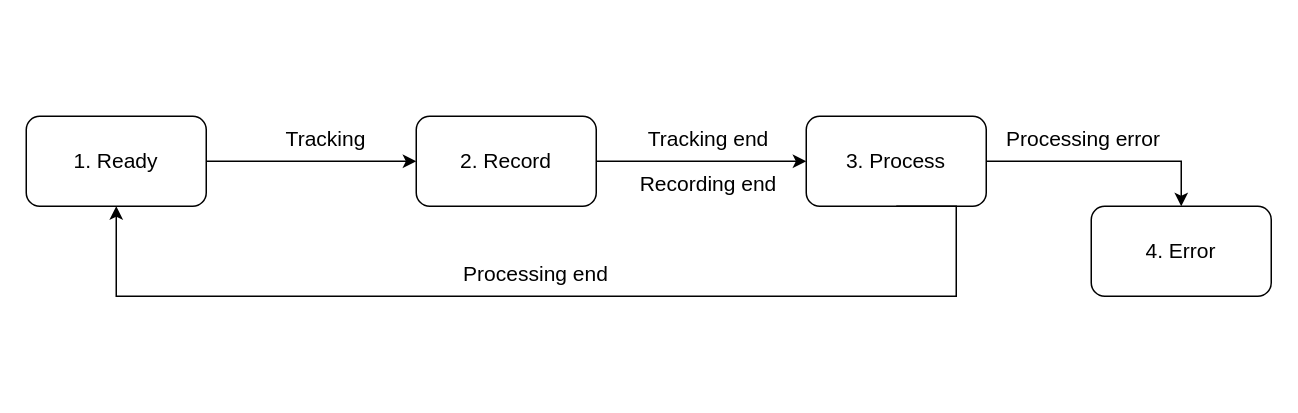
Before: docs/rec_proc.drawio in UCBerkeleySETI/commensal-automator, a draw.io diagram. Source tidied: cells renumbered, new cells numbered last; positions are measured from the earlier drawing's top-left corner, leaving out a move shared by most shapes. Both pictures are drawn from the tidied source at 150%, with x=0, y=0 at pixel (26, 116).
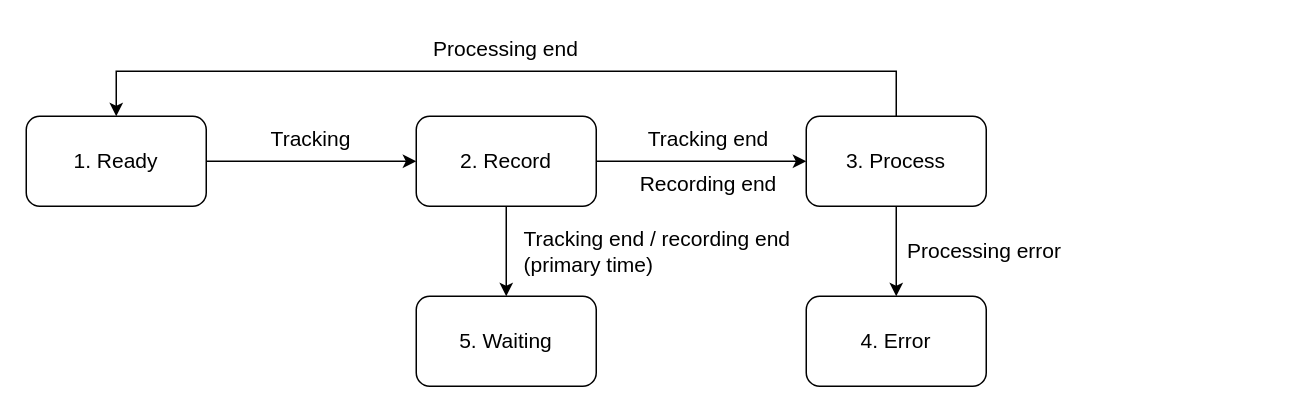
The same diagram, later.

Commit message (it also covers changes not shown here):
Transition to new WAITING state when primary time recording ends.

What changed in the source:
```diff
@@
 <mxGraphModel>
   <root>
     <mxCell id="0" />
     <mxCell id="1" parent="0" />
     <mxCell id="2" value="&lt;font style=&quot;font-size: 14px;&quot;&gt;Tracking&lt;/font&gt;" style="text;html=1;strokeColor=none;fillColor=none;align=center;verticalAlign=middle;whiteSpace=wrap;rounded=0;" parent="1" vertex="1">
-      <mxGeometry x="170" width="60" height="30" as="geometry" />
+      <mxGeometry x="160" width="60" height="30" as="geometry" />
     </mxCell>
     <mxCell id="3" style="edgeStyle=orthogonalEdgeStyle;rounded=0;jettySize=auto;html=1;exitX=1;exitY=0.5;exitDx=0;exitDy=0;entryX=0;entryY=0.5;entryDx=0;entryDy=0;" parent="1" edge="1" source="4" target="6">
       <mxGeometry relative="1" as="geometry" />
     </mxCell>
     <mxCell id="4" value="&lt;font style=&quot;font-size: 14px;&quot;&gt;1. Ready&lt;/font&gt;" style="rounded=1;whiteSpace=wrap;html=1;fillColor=none;" parent="1" vertex="1">
       <mxGeometry width="120" height="60" as="geometry" />
     </mxCell>
     <mxCell id="5" style="edgeStyle=orthogonalEdgeStyle;rounded=0;jettySize=auto;html=1;exitX=1;exitY=0.5;exitDx=0;exitDy=0;entryX=0;entryY=0.5;entryDx=0;entryDy=0;" parent="1" edge="1" source="6" target="9">
       <mxGeometry relative="1" as="geometry" />
     </mxCell>
+    <mxCell id="15" style="edgeStyle=orthogonalEdgeStyle;rounded=0;jettySize=auto;html=1;exitX=0.5;exitY=1;exitDx=0;exitDy=0;entryX=0.5;entryY=0;entryDx=0;entryDy=0;" parent="1" edge="1" source="6" target="16">
+      <mxGeometry relative="1" as="geometry" />
+    </mxCell>
     <mxCell id="6" value="&lt;font style=&quot;font-size: 14px;&quot;&gt;2. Record&lt;/font&gt;" style="rounded=1;whiteSpace=wrap;html=1;fillColor=none;" parent="1" vertex="1">
       <mxGeometry x="260" width="120" height="60" as="geometry" />
     </mxCell>
-    <mxCell id="7" style="edgeStyle=orthogonalEdgeStyle;rounded=0;jettySize=auto;html=1;exitX=0.5;exitY=1;exitDx=0;exitDy=0;entryX=0.5;entryY=1;entryDx=0;entryDy=0;" parent="1" edge="1" source="9" target="4">
+    <mxCell id="7" style="edgeStyle=orthogonalEdgeStyle;rounded=0;jettySize=auto;html=1;exitX=0.5;exitY=0;exitDx=0;exitDy=0;entryX=0.5;entryY=0;entryDx=0;entryDy=0;" parent="1" edge="1" source="9" target="4">
       <mxGeometry relative="1" as="geometry">
         <Array as="points">
-          <mxPoint x="620" y="120" />
-          <mxPoint x="60" y="120" />
+          <mxPoint x="580" y="-30" />
+          <mxPoint x="60" y="-30" />
         </Array>
       </mxGeometry>
     </mxCell>
-    <mxCell id="8" style="edgeStyle=orthogonalEdgeStyle;rounded=0;jettySize=auto;html=1;exitX=1;exitY=0.5;exitDx=0;exitDy=0;entryX=0.5;entryY=0;entryDx=0;entryDy=0;" parent="1" edge="1" source="9" target="10">
+    <mxCell id="8" style="edgeStyle=orthogonalEdgeStyle;rounded=0;jettySize=auto;html=1;exitX=0.5;exitY=1;exitDx=0;exitDy=0;entryX=0.5;entryY=0;entryDx=0;entryDy=0;" parent="1" edge="1" source="9" target="10">
       <mxGeometry relative="1" as="geometry" />
     </mxCell>
     <mxCell id="9" value="&lt;font style=&quot;font-size: 14px;&quot;&gt;3. Process&lt;/font&gt;" style="rounded=1;whiteSpace=wrap;html=1;fillColor=none;" parent="1" vertex="1">
       <mxGeometry x="520" width="120" height="60" as="geometry" />
     </mxCell>
     <mxCell id="10" value="&lt;font style=&quot;font-size: 14px;&quot;&gt;4. Error&lt;/font&gt;" style="rounded=1;whiteSpace=wrap;html=1;fillColor=none;" parent="1" vertex="1">
-      <mxGeometry x="710" y="60" width="120" height="60" as="geometry" />
+      <mxGeometry x="520" y="120" width="120" height="60" as="geometry" />
     </mxCell>
     <mxCell id="11" value="&lt;font style=&quot;font-size: 14px;&quot;&gt;Tracking end&lt;/font&gt;" style="text;html=1;strokeColor=none;fillColor=none;align=center;verticalAlign=middle;whiteSpace=wrap;rounded=0;" parent="1" vertex="1">
       <mxGeometry x="410" width="90" height="30" as="geometry" />
     </mxCell>
     <mxCell id="12" value="&lt;div style=&quot;font-size: 14px;&quot; align=&quot;center&quot;&gt;Recording end&lt;/div&gt;" style="text;whiteSpace=wrap;html=1;align=center;" parent="1" vertex="1">
       <mxGeometry x="405" y="30" width="100" height="30" as="geometry" />
     </mxCell>
     <mxCell id="13" value="&lt;font style=&quot;font-size: 14px;&quot;&gt;Processing end&lt;/font&gt;" style="text;whiteSpace=wrap;html=1;align=center;" parent="1" vertex="1">
-      <mxGeometry x="245" y="90" width="190" height="30" as="geometry" />
+      <mxGeometry x="225" y="-60" width="190" height="30" as="geometry" />
     </mxCell>
     <mxCell id="14" value="&lt;font style=&quot;font-size: 14px;&quot;&gt;Processing error&lt;br&gt;&lt;/font&gt;" style="text;html=1;strokeColor=none;fillColor=none;align=center;verticalAlign=middle;whiteSpace=wrap;rounded=0;" parent="1" vertex="1">
-      <mxGeometry x="650" width="110" height="30" as="geometry" />
+      <mxGeometry x="584" y="75" width="110" height="30" as="geometry" />
     </mxCell>
+    <mxCell id="16" value="&lt;font style=&quot;font-size: 14px;&quot;&gt;5. Waiting&lt;br&gt;&lt;/font&gt;" style="rounded=1;whiteSpace=wrap;html=1;fillColor=none;" parent="1" vertex="1">
+      <mxGeometry x="260" y="120" width="120" height="60" as="geometry" />
+    </mxCell>
+    <mxCell id="17" value="&lt;div style=&quot;font-size: 14px;&quot; align=&quot;left&quot;&gt;&lt;font style=&quot;font-size: 14px;&quot;&gt;Tracking end / recording end&lt;/font&gt;&lt;/div&gt;&lt;div style=&quot;font-size: 14px;&quot; align=&quot;left&quot;&gt;&lt;font style=&quot;font-size: 14px;&quot;&gt;(primary time)&lt;br&gt;&lt;/font&gt;&lt;/div&gt;" style="text;html=1;strokeColor=none;fillColor=none;align=left;verticalAlign=middle;whiteSpace=wrap;rounded=0;" parent="1" vertex="1">
+      <mxGeometry x="330" y="75" width="205" height="30" as="geometry" />
+    </mxCell>
   </root>
 </mxGraphModel>
```
